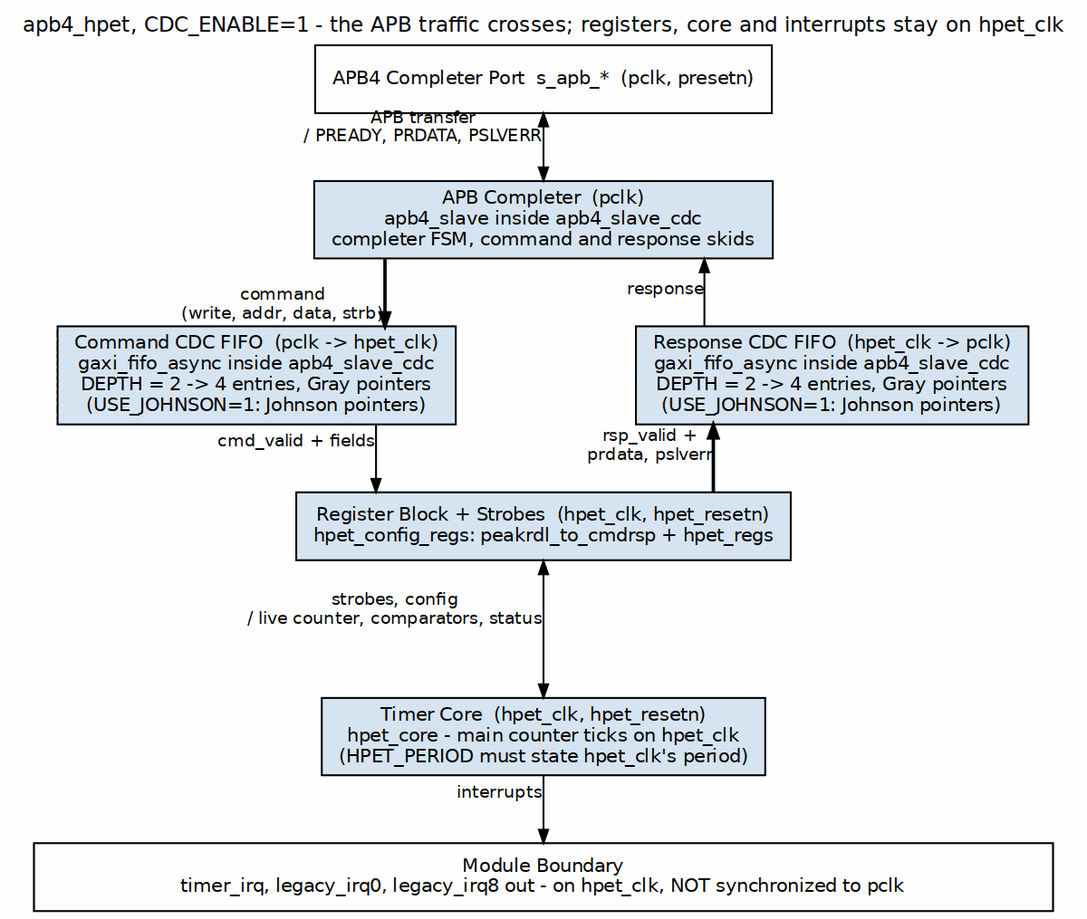
Above: projects/components/legacy-ip/retro_legacy_blocks/docs/hpet_mas/assets/graphviz/hpet_cdc_crossings.png in sean-galloway/RTLDesignSherpa (Graphviz), before the change. Its source is kept beside it as projects/components/legacy-ip/retro_legacy_blocks/docs/hpet_mas/assets/graphviz/hpet_cdc_crossings.dot.
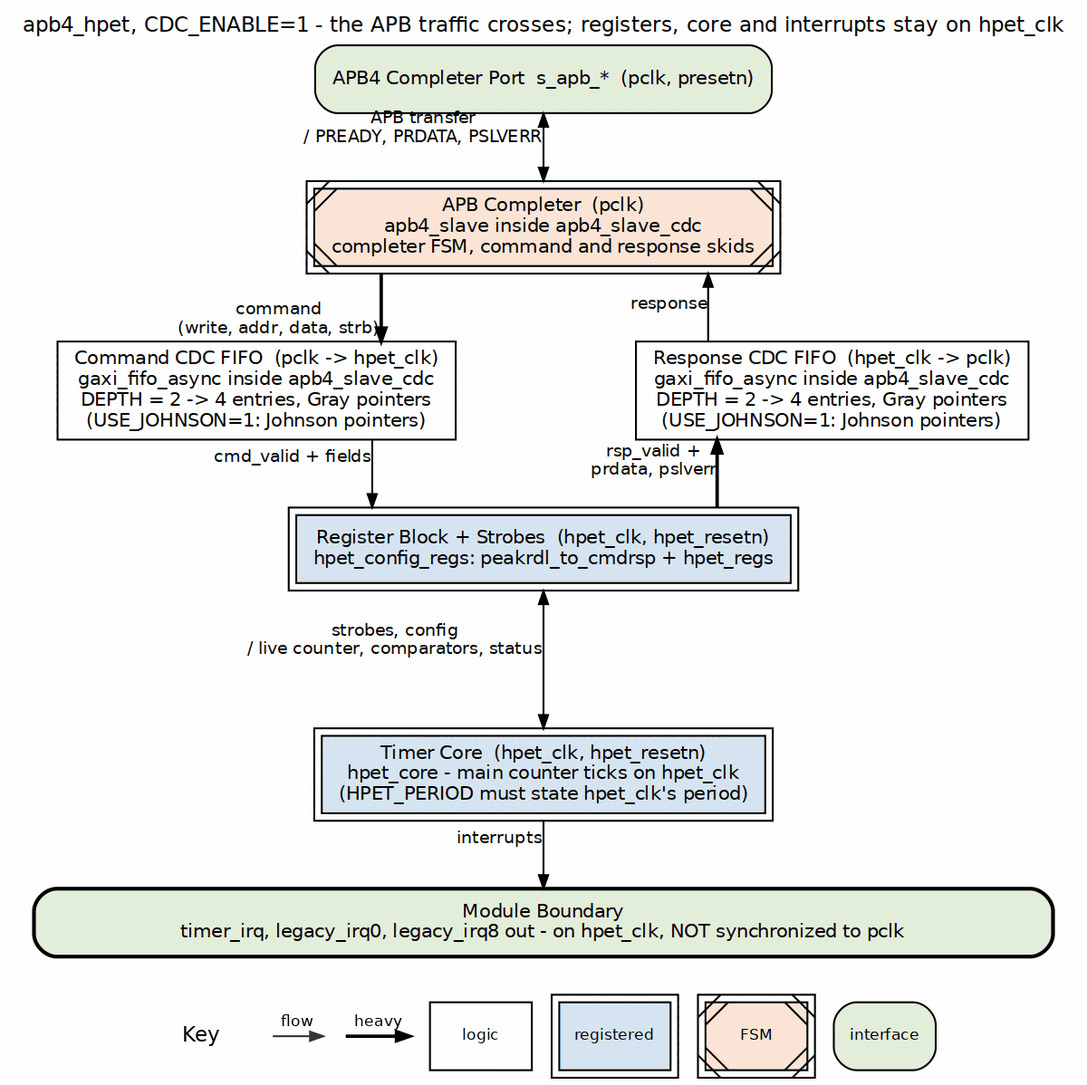
Later version of the same file.

Diff of the diagram source:
```diff
@@ -3,15 +3,15 @@
            nodesep="0.45", ranksep="0.50", splines=ortho, newrank=true,
            label="apb4_hpet, CDC_ENABLE=1 - the APB traffic crosses; registers, core and interrupts stay on hpet_clk", labelloc=t, labeljust=c];
     node  [fontname="Helvetica", fontsize=10, shape=box, style=filled,
-           fillcolor="#D6E4F0", color="black", margin="0.12,0.06"];
+           fillcolor="white", color="black", margin="0.12,0.06"];
     edge  [fontname="Helvetica", fontsize=9, color="black", arrowsize=0.7];
-    apb  [label="APB4 Completer Port  s_apb_*  (pclk, presetn)", fillcolor="white"];
-    core [label="APB Completer  (pclk)\napb4_slave inside apb4_slave_cdc\ncompleter FSM, command and response skids"];
-    cmdf [label="Command CDC FIFO  (pclk -> hpet_clk)\ngaxi_fifo_async inside apb4_slave_cdc\nDEPTH = 2 -> 4 entries, Gray pointers\n(USE_JOHNSON=1: Johnson pointers)"];
-    rspf [label="Response CDC FIFO  (hpet_clk -> pclk)\ngaxi_fifo_async inside apb4_slave_cdc\nDEPTH = 2 -> 4 entries, Gray pointers\n(USE_JOHNSON=1: Johnson pointers)"];
-    cfg  [label="Register Block + Strobes  (hpet_clk, hpet_resetn)\nhpet_config_regs: peakrdl_to_cmdrsp + hpet_regs"];
-    hc   [label="Timer Core  (hpet_clk, hpet_resetn)\nhpet_core - main counter ticks on hpet_clk\n(HPET_PERIOD must state hpet_clk's period)"];
-    bar  [label="Module Boundary\ntimer_irq, legacy_irq0, legacy_irq8 out - on hpet_clk, NOT synchronized to pclk", fillcolor="white", width=7.5];
+    apb  [label="APB4 Completer Port  s_apb_*  (pclk, presetn)", fillcolor="white", style="rounded,filled", fillcolor="#E2EFDA"];
+    core [label="APB Completer  (pclk)\napb4_slave inside apb4_slave_cdc\ncompleter FSM, command and response skids", peripheries=2, style="filled,diagonals", fillcolor="#FCE4D6"];
+    cmdf [label="Command CDC FIFO  (pclk -> hpet_clk)\ngaxi_fifo_async inside apb4_slave_cdc\nDEPTH = 2 -> 4 entries, Gray pointers\n(USE_JOHNSON=1: Johnson pointers)", style="filled", fillcolor="white"];
+    rspf [label="Response CDC FIFO  (hpet_clk -> pclk)\ngaxi_fifo_async inside apb4_slave_cdc\nDEPTH = 2 -> 4 entries, Gray pointers\n(USE_JOHNSON=1: Johnson pointers)", style="filled", fillcolor="white"];
+    cfg  [label="Register Block + Strobes  (hpet_clk, hpet_resetn)\nhpet_config_regs: peakrdl_to_cmdrsp + hpet_regs", peripheries=2, style="filled", fillcolor="#D6E4F0"];
+    hc   [label="Timer Core  (hpet_clk, hpet_resetn)\nhpet_core - main counter ticks on hpet_clk\n(HPET_PERIOD must state hpet_clk's period)", peripheries=2, style="filled", fillcolor="#D6E4F0"];
+    bar  [label="Module Boundary\ntimer_irq, legacy_irq0, legacy_irq8 out - on hpet_clk, NOT synchronized to pclk", fillcolor="white", width=7.5, style="rounded,filled,bold", fillcolor="#E2EFDA"];
 
     apb  -> core [dir=both, xlabel="APB transfer\n/ PREADY, PRDATA, PSLVERR"];
     core -> cmdf [penwidth=1.8, xlabel="command\n(write, addr, data, strb)"];
```
